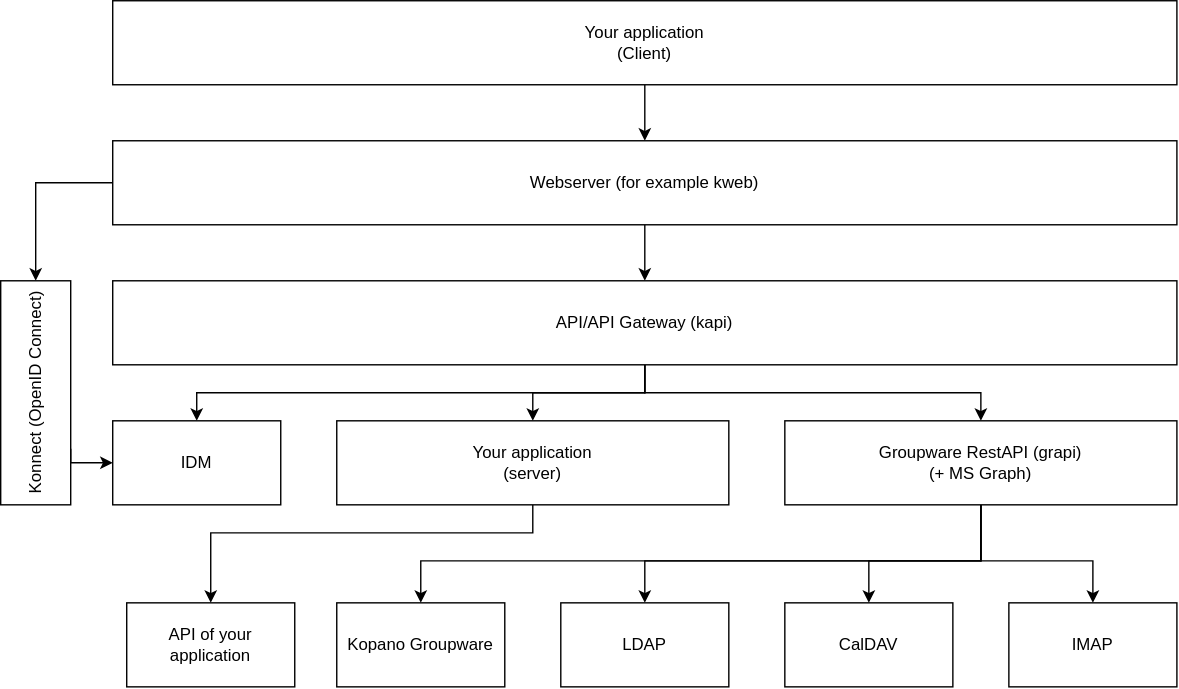
Above: docs/img/architecture.drawio.svg in libregraph/libregraph.github.io (draw.io), before the change. Source tidied: cells renumbered, new cells last; positions are measured from the earlier drawing's top-left corner, leaving out a move shared by most shapes.
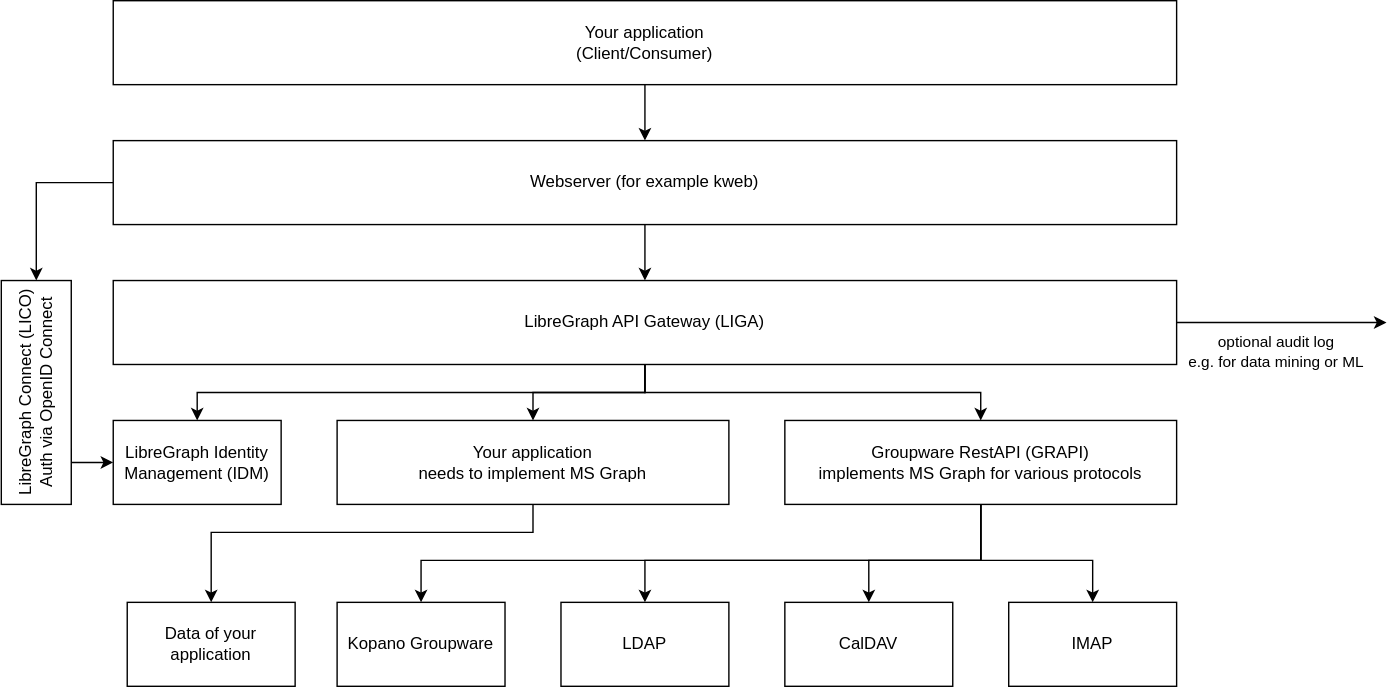
After the commit.

Diff of the diagram source:
```diff
@@ -5,7 +5,7 @@
     <mxCell id="2" style="edgeStyle=orthogonalEdgeStyle;rounded=0;jettySize=auto;html=1;exitX=0.5;exitY=1;exitDx=0;exitDy=0;entryX=0.5;entryY=0;entryDx=0;entryDy=0;" parent="1" edge="1" source="3" target="6">
       <mxGeometry relative="1" as="geometry" />
     </mxCell>
-    <mxCell id="3" value="Your application&lt;br&gt;(Client)" style="rounded=0;whiteSpace=wrap;html=1;" parent="1" vertex="1">
+    <mxCell id="3" value="Your application&lt;br&gt;(Client/Consumer)" style="rounded=0;whiteSpace=wrap;html=1;" parent="1" vertex="1">
       <mxGeometry x="80" width="760" height="60" as="geometry" />
     </mxCell>
     <mxCell id="4" style="edgeStyle=orthogonalEdgeStyle;rounded=0;jettySize=auto;html=1;exitX=0.5;exitY=1;exitDx=0;exitDy=0;entryX=0.5;entryY=0;entryDx=0;entryDy=0;" parent="1" edge="1" source="6" target="10">
@@ -26,7 +26,17 @@
     <mxCell id="9" style="edgeStyle=orthogonalEdgeStyle;rounded=0;jettySize=auto;html=1;exitX=0.5;exitY=1;exitDx=0;exitDy=0;entryX=0.5;entryY=0;entryDx=0;entryDy=0;" parent="1" edge="1" source="10" target="25">
       <mxGeometry relative="1" as="geometry" />
     </mxCell>
+    <mxCell id="26" style="edgeStyle=orthogonalEdgeStyle;rounded=0;jettySize=auto;html=1;" parent="1" edge="1" source="10">
+      <mxGeometry relative="1" as="geometry">
+        <mxPoint x="990" y="230" as="targetPoint" />
+      </mxGeometry>
+    </mxCell>
+    <mxCell id="27" value="optional audit log&lt;br&gt;e.g. for data mining or ML" style="edgeLabel;html=1;align=center;verticalAlign=middle;" parent="26" vertex="1">
+      <mxGeometry x="0.34" relative="1" as="geometry">
+        <mxPoint x="-30" y="20" as="offset" />
+      </mxGeometry>
+    </mxCell>
-    <mxCell id="10" value="API/API Gateway (kapi)" style="rounded=0;whiteSpace=wrap;html=1;" parent="1" vertex="1">
+    <mxCell id="10" value="LibreGraph API Gateway (LIGA)" style="rounded=0;whiteSpace=wrap;html=1;" parent="1" vertex="1">
       <mxGeometry x="80" y="200" width="760" height="60" as="geometry" />
     </mxCell>
     <mxCell id="11" style="edgeStyle=orthogonalEdgeStyle;rounded=0;jettySize=auto;html=1;exitX=0.5;exitY=1;exitDx=0;exitDy=0;entryX=0.5;entryY=0;entryDx=0;entryDy=0;" parent="1" edge="1" source="15" target="18">
@@ -61,7 +71,7 @@
         </Array>
       </mxGeometry>
     </mxCell>
-    <mxCell id="15" value="Groupware RestAPI (grapi)&lt;br&gt;(+ MS Graph)" style="rounded=0;whiteSpace=wrap;html=1;" parent="1" vertex="1">
+    <mxCell id="15" value="Groupware RestAPI (GRAPI)&lt;br&gt;implements MS Graph for various protocols" style="rounded=0;whiteSpace=wrap;html=1;" parent="1" vertex="1">
       <mxGeometry x="560" y="300" width="280" height="60" as="geometry" />
     </mxCell>
     <mxCell id="16" style="edgeStyle=orthogonalEdgeStyle;rounded=0;jettySize=auto;html=1;exitX=0.5;exitY=1;exitDx=0;exitDy=0;entryX=0.5;entryY=0;entryDx=0;entryDy=0;" parent="1" edge="1" source="17" target="22">
@@ -72,7 +82,7 @@
         </Array>
       </mxGeometry>
     </mxCell>
-    <mxCell id="17" value="Your application&lt;br&gt;(server)" style="rounded=0;whiteSpace=wrap;html=1;" parent="1" vertex="1">
+    <mxCell id="17" value="Your application&lt;br&gt;needs to implement MS Graph" style="rounded=0;whiteSpace=wrap;html=1;" parent="1" vertex="1">
       <mxGeometry x="240" y="300" width="280" height="60" as="geometry" />
     </mxCell>
     <mxCell id="18" value="Kopano Groupware" style="rounded=0;whiteSpace=wrap;html=1;" parent="1" vertex="1">
@@ -87,7 +97,7 @@
     <mxCell id="21" value="IMAP" style="rounded=0;whiteSpace=wrap;html=1;" parent="1" vertex="1">
       <mxGeometry x="720" y="430" width="120" height="60" as="geometry" />
     </mxCell>
-    <mxCell id="22" value="API of your application" style="rounded=0;whiteSpace=wrap;html=1;" parent="1" vertex="1">
+    <mxCell id="22" value="Data of your application" style="rounded=0;whiteSpace=wrap;html=1;" parent="1" vertex="1">
       <mxGeometry x="90" y="430" width="120" height="60" as="geometry" />
     </mxCell>
     <mxCell id="23" style="edgeStyle=orthogonalEdgeStyle;rounded=0;jettySize=auto;html=1;exitX=0.75;exitY=0;exitDx=0;exitDy=0;entryX=0;entryY=0.5;entryDx=0;entryDy=0;" parent="1" edge="1" source="24" target="25">
@@ -97,10 +107,10 @@
         </Array>
       </mxGeometry>
     </mxCell>
-    <mxCell id="24" value="Konnect (OpenID Connect)" style="rounded=0;whiteSpace=wrap;html=1;direction=south;horizontal=0;" parent="1" vertex="1">
+    <mxCell id="24" value="LibreGraph Connect (LICO)&lt;br&gt;Auth via OpenID Connect" style="rounded=0;whiteSpace=wrap;html=1;direction=south;horizontal=0;" parent="1" vertex="1">
       <mxGeometry y="200" width="50" height="160" as="geometry" />
     </mxCell>
-    <mxCell id="25" value="IDM" style="rounded=0;whiteSpace=wrap;html=1;" parent="1" vertex="1">
+    <mxCell id="25" value="LibreGraph Identity Management (IDM)" style="rounded=0;whiteSpace=wrap;html=1;" parent="1" vertex="1">
       <mxGeometry x="80" y="300" width="120" height="60" as="geometry" />
     </mxCell>
   </root>
```
